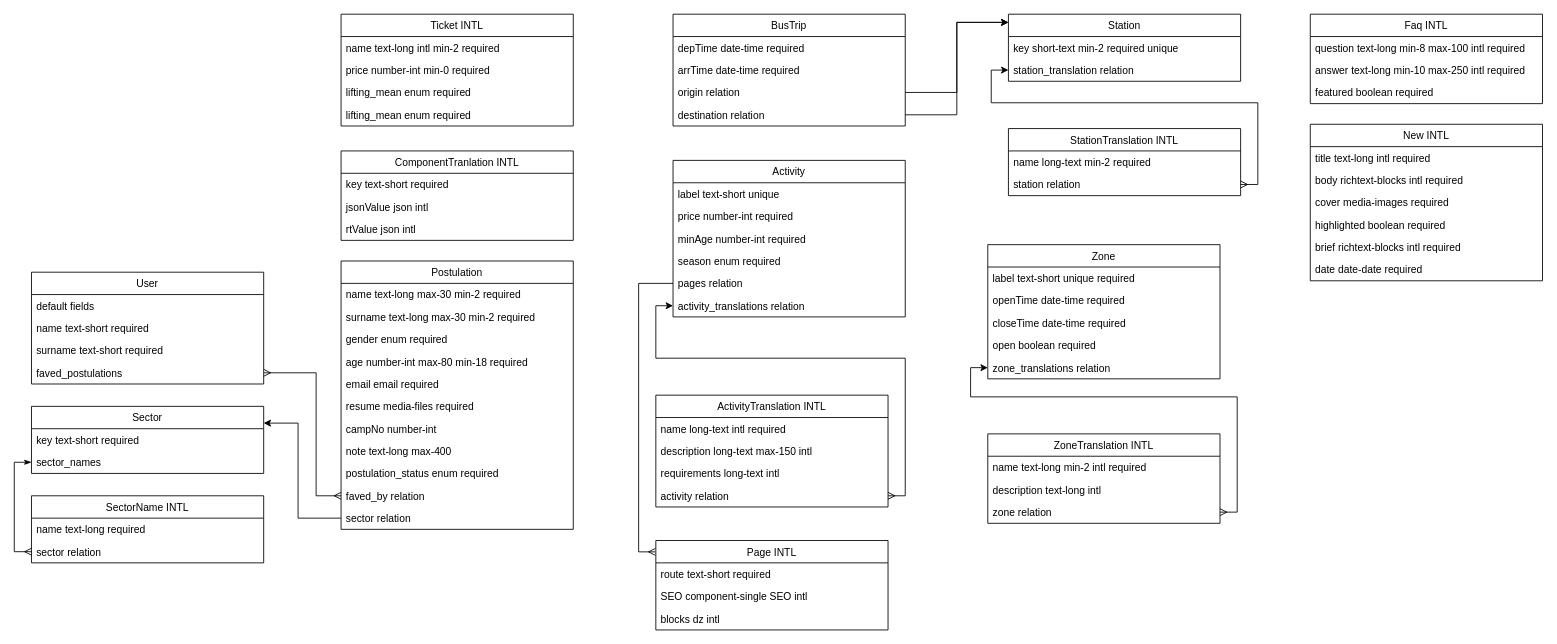
This is public/DER.drawio from TelefericoCerroOtto/TelefericoBariloche2024, a draw.io file, before an edit. Source tidied: cells renumbered, new cells numbered last; positions are measured from the earlier drawing's top-left corner, leaving out a move shared by most shapes. Both pictures are drawn from the tidied source at 86%, with x=0, y=0 at pixel (31, 14).
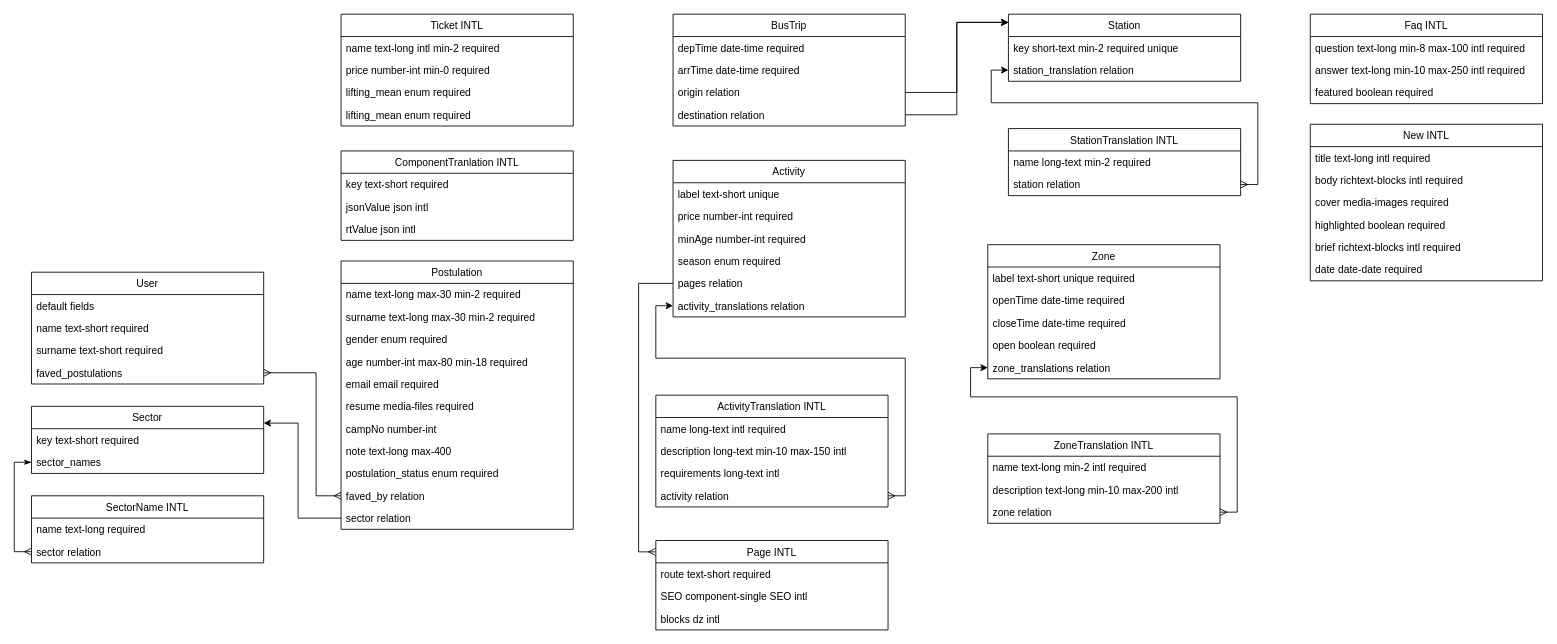
After the change.

Commit message:
feat(root/diagrams): update DER diagram

The change refers to these unchanged cells:
```xml
<mxCell id="20" value="ZoneTranslation INTL" style="swimlane;fontStyle=0;align=center;verticalAlign=top;horizontal=1;startSize=26;rounded=0;shadow=0;strokeWidth=1;" parent="1" vertex="1">
  <mxGeometry x="1112.1" y="488" width="270" height="104" as="geometry" />
</mxCell>
<mxCell id="25" value="ActivityTranslation INTL" style="swimlane;fontStyle=0;align=center;verticalAlign=top;horizontal=1;startSize=26;rounded=0;shadow=0;strokeWidth=1;" parent="1" vertex="1">
  <mxGeometry x="726.1" y="443" width="270" height="130" as="geometry" />
</mxCell>
```

Diff of the diagram source:
```diff
@@
-    <mxCell id="22" value="description text-long intl" style="text;align=left;verticalAlign=top;spacingLeft=4;spacingRight=4;overflow=hidden;rounded=0;shadow=0;html=0;" parent="20" vertex="1">
+    <mxCell id="22" value="description text-long min-10 max-200 intl" style="text;align=left;verticalAlign=top;spacingLeft=4;spacingRight=4;overflow=hidden;rounded=0;shadow=0;html=0;" parent="20" vertex="1">
       <mxGeometry y="52" width="270" height="26" as="geometry" />
     </mxCell>
@@
-    <mxCell id="27" value="description long-text max-150 intl" style="text;align=left;verticalAlign=top;spacingLeft=4;spacingRight=4;overflow=hidden;rounded=0;shadow=0;html=0;" parent="25" vertex="1">
+    <mxCell id="27" value="description long-text min-10 max-150 intl" style="text;align=left;verticalAlign=top;spacingLeft=4;spacingRight=4;overflow=hidden;rounded=0;shadow=0;html=0;" parent="25" vertex="1">
       <mxGeometry y="52" width="270" height="26" as="geometry" />
     </mxCell>
```
